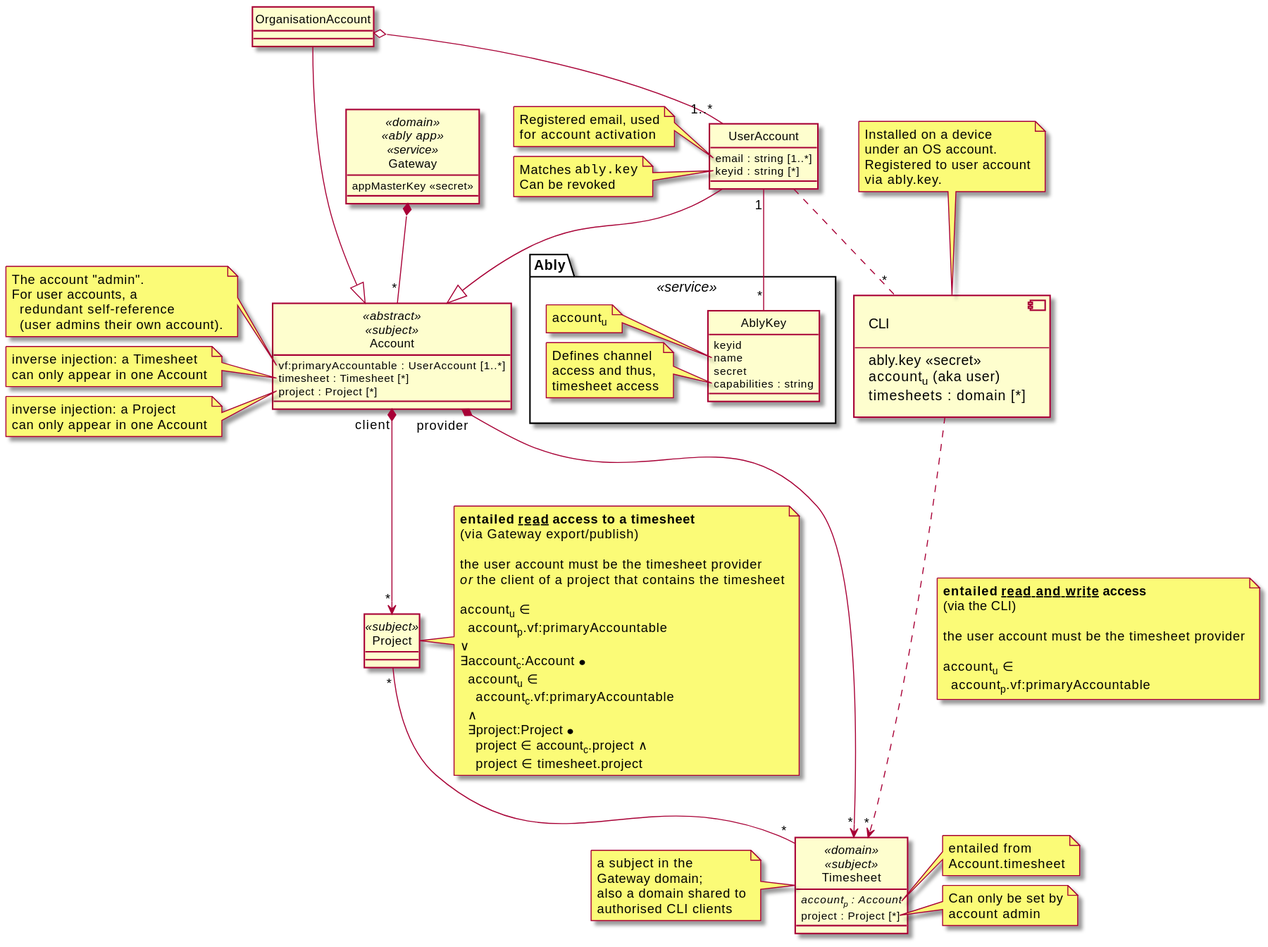
This is architecture/security/img/accounts.class.svg from m-ld/timeld, a PlantUML export, as it was before one commit.
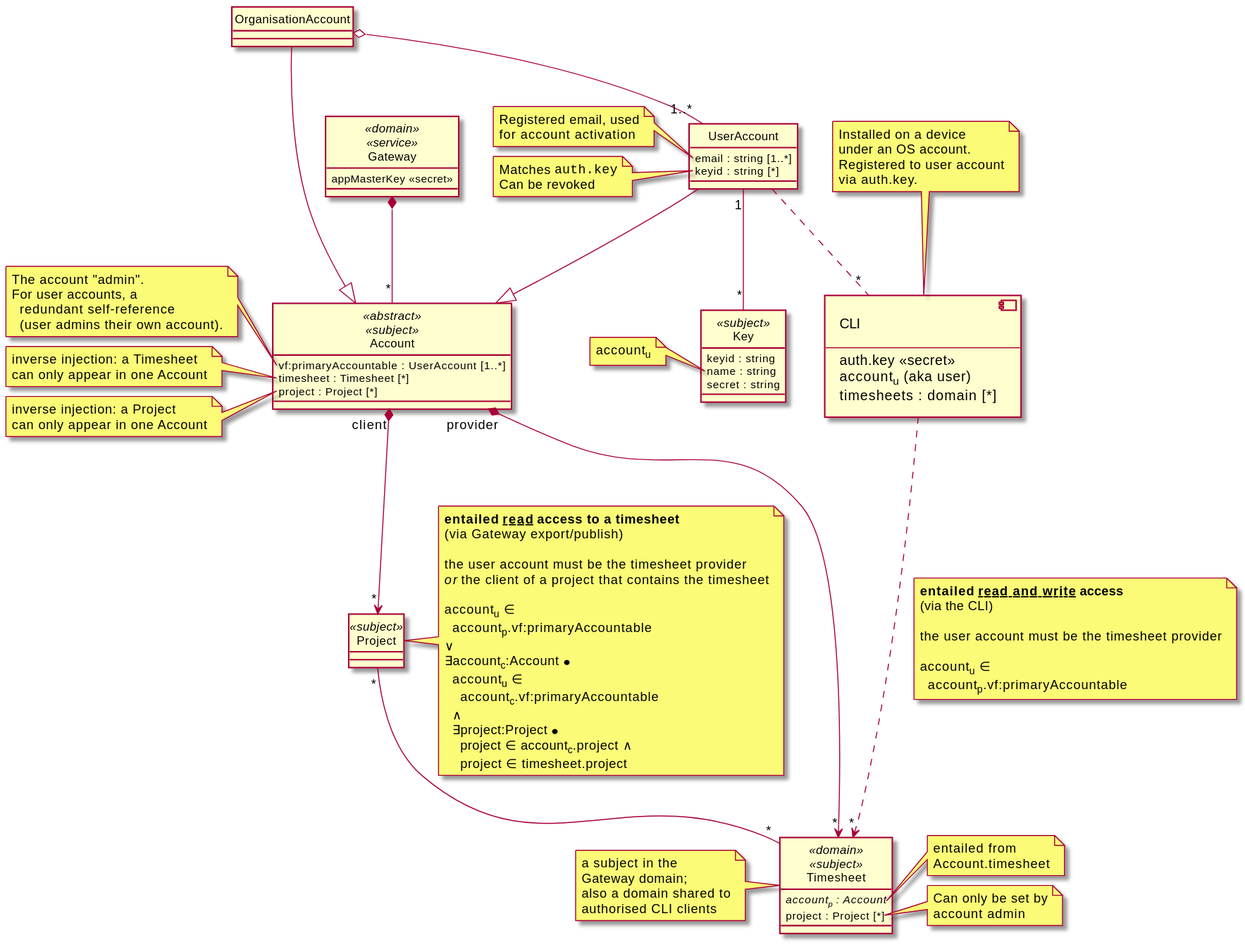
The same file after the commit.

Commit message:
Deployment diagram Removal of Ably from architecture

Change to the diagram source:
```diff
@@ -3,7 +3,7 @@
 hide circle
 allowmixing
 
-class Gateway <<domain>> <<ably app>> <<service>> {
+class Gateway <<domain>> <<service>> {
   appMasterKey <<secret>>
 }
 
@@ -42,7 +42,7 @@
   for account activation
 end note
 note left of UserAccount::keyid
-  Matches ""ably.key""
+  Matches ""auth.key""
   Can be revoked
 end note
 UserAccount --|> Account
@@ -98,7 +98,7 @@
   CLI
 
   ---
-  ably.key <<secret>>
+  auth.key <<secret>>
   account<sub>u</sub> (aka user)
   timesheets : domain [*]
 ]
@@ -106,7 +106,7 @@
   Installed on a device
   under an OS account.
   Registered to user account
-  via ably.key.
+  via auth.key.
 end note
 
 UserAccount .. "*" CLI
@@ -122,23 +122,15 @@
     account<sub>p</sub>.vf:primaryAccountable
 end note
 
-package Ably <<service>> {
-  class AblyKey {
-    keyid
-    name
-    secret
-    capabilities : string
-  }
-  note left of AblyKey::name
-    account<sub>u</sub>
-  end note
-  note left of AblyKey::capabilities
-    Defines channel
-    access and thus,
-    timesheet access
-  end note
+class Key <<subject>> {
+  keyid : string
+  name : string
+  secret : string
+}
+note left of Key::name
+  account<sub>u</sub>
+end note
 
-  UserAccount "1" -- "*" AblyKey
-}
+UserAccount "1" -- "*" Key
 
 @enduml
```
